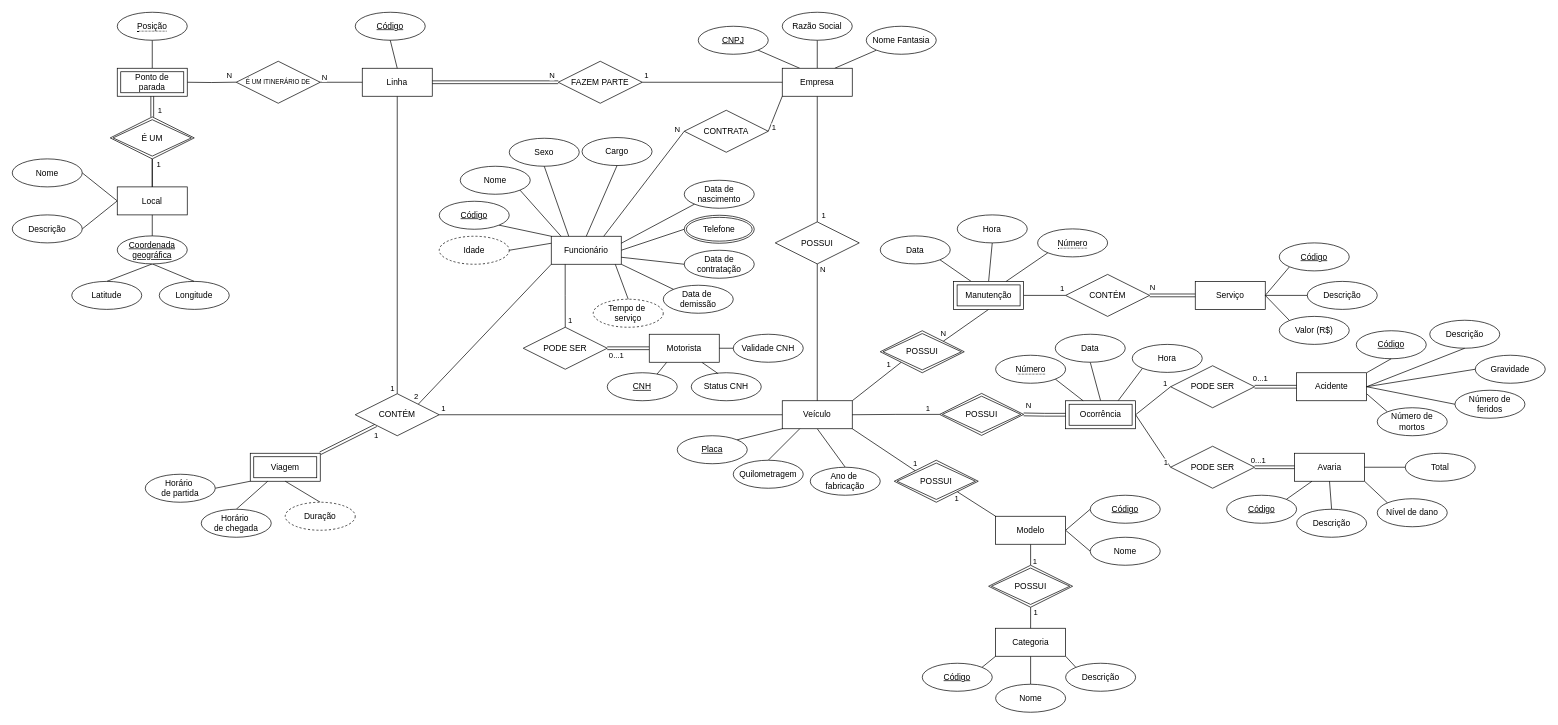
gscolombo/Projeto---BD keeps this draw.io diagram as drawio/conceptual_model.drawio. Above is the earlier version. Source tidied: cells renumbered, new cells numbered last; positions are measured from the earlier drawing's top-left corner, leaving out a move shared by most shapes. Both pictures are drawn from the tidied source at 70%, with x=0, y=0 at pixel (12, 12).
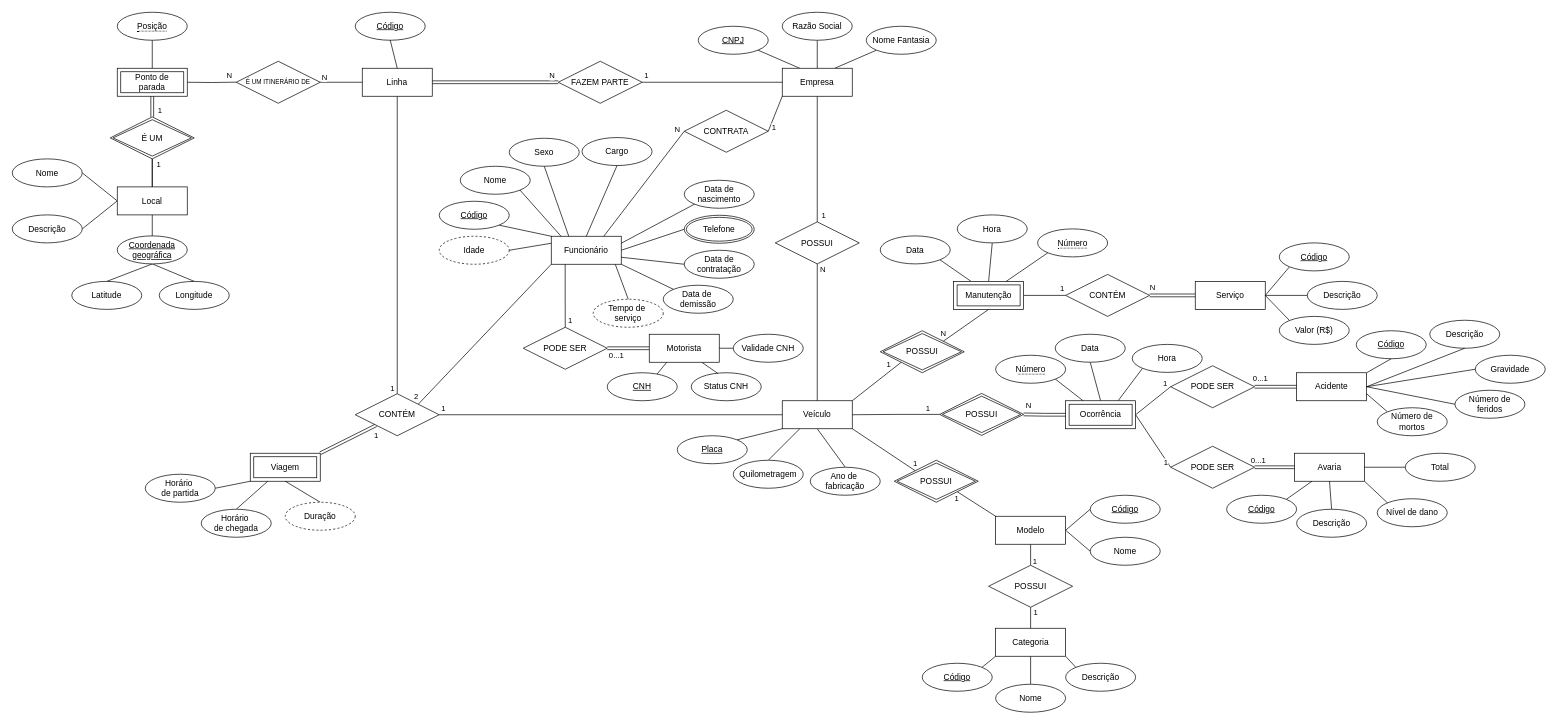
The same diagram, later.

Commit message:
Mudança de tipo de relacionamento entre modelo e categoria

Unchanged cells that the change refers to:
```xml
<mxCell id="136" value="Categoria" style="whiteSpace=wrap;html=1;align=center;" parent="1" vertex="1">
  <mxGeometry x="1404.8" y="880" width="100" height="40" as="geometry" />
</mxCell>
<mxCell id="141" value="Modelo" style="whiteSpace=wrap;html=1;align=center;" parent="1" vertex="1">
  <mxGeometry x="1404.8" y="720" width="100" height="40" as="geometry" />
</mxCell>
```

What changed in the source:
```diff
@@
-    <mxCell id="137" style="edgeStyle=orthogonalEdgeStyle;rounded=0;jettySize=auto;html=1;exitX=0.5;exitY=1;exitDx=0;exitDy=0;entryX=0.5;entryY=0;entryDx=0;entryDy=0;endArrow=none;endFill=0;" parent="1" edge="1" source="141" target="150">
-      <mxGeometry relative="1" as="geometry" />
+    <mxCell id="137" style="edgeStyle=orthogonalEdgeStyle;rounded=0;jettySize=auto;html=1;exitX=0.5;exitY=1;exitDx=0;exitDy=0;entryX=0.5;entryY=0;entryDx=0;entryDy=0;endArrow=none;endFill=0;" parent="1" edge="1" source="141">
+      <mxGeometry relative="1" as="geometry">
+        <mxPoint x="1454.8" y="790" as="targetPoint" />
+      </mxGeometry>
     </mxCell>
@@
-    <mxCell id="148" style="edgeStyle=orthogonalEdgeStyle;rounded=0;jettySize=auto;html=1;exitX=0.5;exitY=1;exitDx=0;exitDy=0;entryX=0.5;entryY=0;entryDx=0;entryDy=0;endArrow=none;endFill=0;" parent="1" edge="1" source="150" target="136">
-      <mxGeometry relative="1" as="geometry" />
+    <mxCell id="148" style="edgeStyle=orthogonalEdgeStyle;rounded=0;jettySize=auto;html=1;exitX=0.5;exitY=1;exitDx=0;exitDy=0;entryX=0.5;entryY=0;entryDx=0;entryDy=0;endArrow=none;endFill=0;" parent="1" edge="1" target="136">
+      <mxGeometry relative="1" as="geometry">
+        <mxPoint x="1454.8" y="850" as="sourcePoint" />
+      </mxGeometry>
     </mxCell>
@@
-    <mxCell id="150" value="POSSUI" style="shape=rhombus;double=1;perimeter=rhombusPerimeter;whiteSpace=wrap;html=1;align=center;" parent="1" vertex="1">
-      <mxGeometry x="1394.8" y="790" width="120" height="60" as="geometry" />
-    </mxCell>
@@
+    <mxCell id="150" value="POSSUI" style="shape=rhombus;perimeter=rhombusPerimeter;whiteSpace=wrap;html=1;align=center;" parent="1" vertex="1">
+      <mxGeometry x="1394.8" y="790" width="120" height="60" as="geometry" />
+    </mxCell>
```
